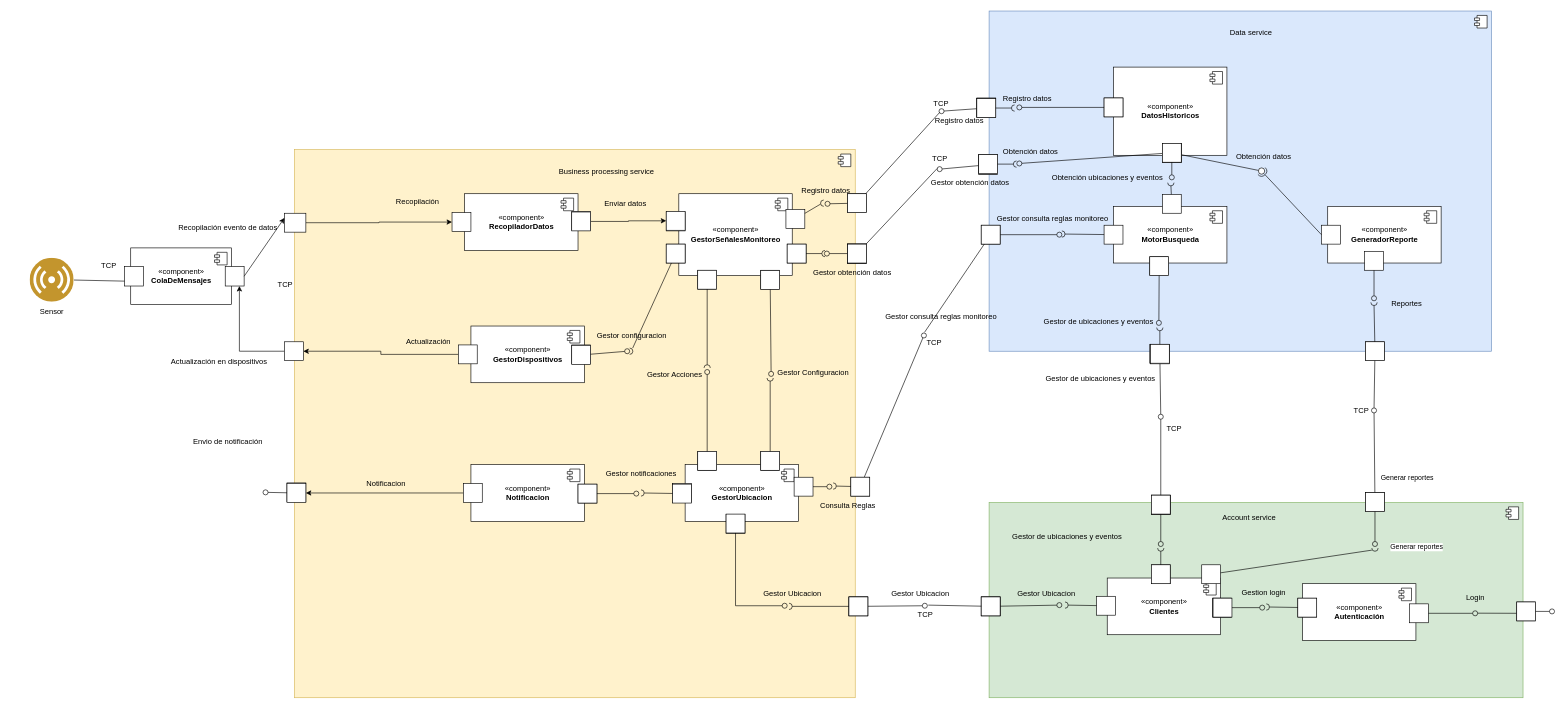
The draw.io diagram MODELOS/Modelo vista funcional C&C.drawio in david-lyon-uniandes/ABC-PROJECT-ARQUITECTURA, before the edit. Source tidied: cells renumbered, new cells numbered last; positions are measured from the earlier drawing's top-left corner, leaving out a move shared by most shapes. Both pictures are drawn from the tidied source at 63%, with x=0, y=0 at pixel (30, 11).
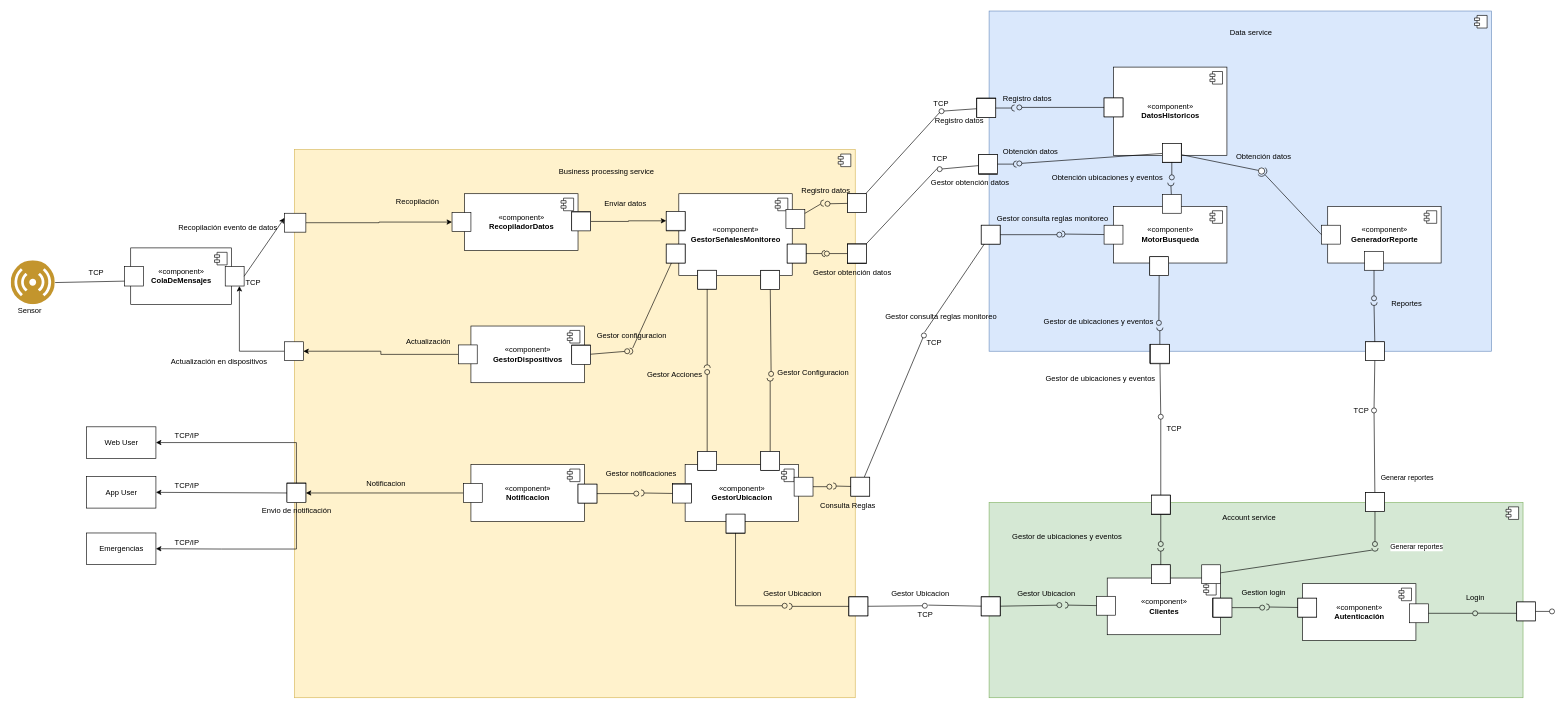
The same page after the edit.

The change refers to these unchanged cells:
```xml
<mxCell id="239" style="html=1;rounded=0;" parent="1" vertex="1">
  <mxGeometry x="408" y="750" width="30" height="30" as="geometry" />
</mxCell>
```

Change to the diagram source:
```diff
@@
+    <mxCell id="280" style="edgeStyle=orthogonalEdgeStyle;rounded=0;jettySize=auto;html=1;entryX=1;entryY=0.5;entryDx=0;entryDy=0;" parent="1" edge="1" source="239" target="283">
+      <mxGeometry relative="1" as="geometry">
+        <Array as="points">
+          <mxPoint x="423" y="685" />
+        </Array>
+      </mxGeometry>
+    </mxCell>
+    <mxCell id="281" style="edgeStyle=orthogonalEdgeStyle;rounded=0;jettySize=auto;html=1;entryX=1;entryY=0.5;entryDx=0;entryDy=0;" parent="1" edge="1" source="239" target="286">
+      <mxGeometry relative="1" as="geometry">
+        <Array as="points">
+          <mxPoint x="423" y="854" />
+          <mxPoint x="304" y="854" />
+        </Array>
+      </mxGeometry>
+    </mxCell>
@@
-    <mxCell id="240" style="endArrow=none;html=1;rounded=0;align=center;verticalAlign=top;endFill=0;labelBackgroundColor=none;endSize=2;" parent="1" edge="1" source="239" target="241">
-      <mxGeometry relative="1" as="geometry" />
-    </mxCell>
-    <mxCell id="241" style="ellipse;html=1;fontSize=11;align=center;fillColor=none;points=[];verticalAlign=bottom;labelPosition=center;verticalLabelPosition=top;flipH=1;" parent="1" vertex="1">
-      <mxGeometry x="370" y="760" width="8" height="8" as="geometry" />
-    </mxCell>
@@
     <mxCell id="251" value="Envio de notificación" style="text;html=1;align=center;verticalAlign=middle;strokeColor=none;fillColor=none;" parent="1" vertex="1">
-      <mxGeometry x="249" y="669" width="130" height="30" as="geometry" />
+      <mxGeometry x="358" y="779" width="130" height="30" as="geometry" />
     </mxCell>
@@
     <mxCell id="262" style="perimeter=ellipsePerimeter;html=1;align=center;shadow=0;dashed=0;fontColor=#4277BB;labelBackgroundColor=#ffffff;fontSize=12;spacingTop=3;image;image=img/lib/ibm/users/sensor.svg;" parent="1" vertex="1">
-      <mxGeometry y="392" width="70" height="70" as="geometry" />
+      <mxGeometry x="-30" y="396" width="70" height="70" as="geometry" />
     </mxCell>
@@
     <mxCell id="266" value="TCP" style="text;html=1;align=center;verticalAlign=middle;strokeColor=none;fillColor=none;" parent="1" vertex="1">
-      <mxGeometry x="100" y="390" width="50" height="30" as="geometry" />
+      <mxGeometry x="80" y="400" width="50" height="30" as="geometry" />
     </mxCell>
     <mxCell id="267" value="TCP" style="text;html=1;align=center;verticalAlign=middle;strokeColor=none;fillColor=none;" parent="1" vertex="1">
-      <mxGeometry x="380" y="419" width="50" height="30" as="geometry" />
+      <mxGeometry x="329" y="416" width="50" height="30" as="geometry" />
     </mxCell>
@@
     <mxCell id="270" value="Sensor" style="text;html=1;strokeColor=none;fillColor=none;align=center;verticalAlign=middle;whiteSpace=wrap;rounded=0;" parent="1" vertex="1">
-      <mxGeometry x="5" y="462" width="60" height="30" as="geometry" />
+      <mxGeometry x="-30" y="461" width="60" height="30" as="geometry" />
     </mxCell>
@@
+    <mxCell id="282" value="TCP/IP" style="text;html=1;align=center;verticalAlign=middle;strokeColor=none;fillColor=none;" parent="1" vertex="1">
+      <mxGeometry x="219" y="660" width="60" height="30" as="geometry" />
+    </mxCell>
+    <mxCell id="283" value="Web User" style="html=1;" parent="1" vertex="1">
+      <mxGeometry x="90" y="660" width="110" height="50" as="geometry" />
+    </mxCell>
+    <mxCell id="284" value="App User" style="html=1;" parent="1" vertex="1">
+      <mxGeometry x="90" y="739" width="110" height="50" as="geometry" />
+    </mxCell>
+    <mxCell id="285" style="endArrow=classic;html=1;rounded=0;exitX=0;exitY=0.5;exitDx=0;exitDy=0;entryX=1;entryY=0.5;entryDx=0;entryDy=0;" parent="1" edge="1" source="239" target="284">
+      <mxGeometry relative="1" as="geometry" />
+    </mxCell>
+    <mxCell id="286" value="Emergencias" style="html=1;" parent="1" vertex="1">
+      <mxGeometry x="90" y="828.5" width="110" height="50" as="geometry" />
+    </mxCell>
+    <mxCell id="287" value="TCP/IP" style="text;html=1;align=center;verticalAlign=middle;strokeColor=none;fillColor=none;" parent="1" vertex="1">
+      <mxGeometry x="219" y="739" width="60" height="30" as="geometry" />
+    </mxCell>
+    <mxCell id="288" value="TCP/IP" style="text;html=1;align=center;verticalAlign=middle;strokeColor=none;fillColor=none;" parent="1" vertex="1">
+      <mxGeometry x="219" y="828.5" width="60" height="30" as="geometry" />
+    </mxCell>
```
